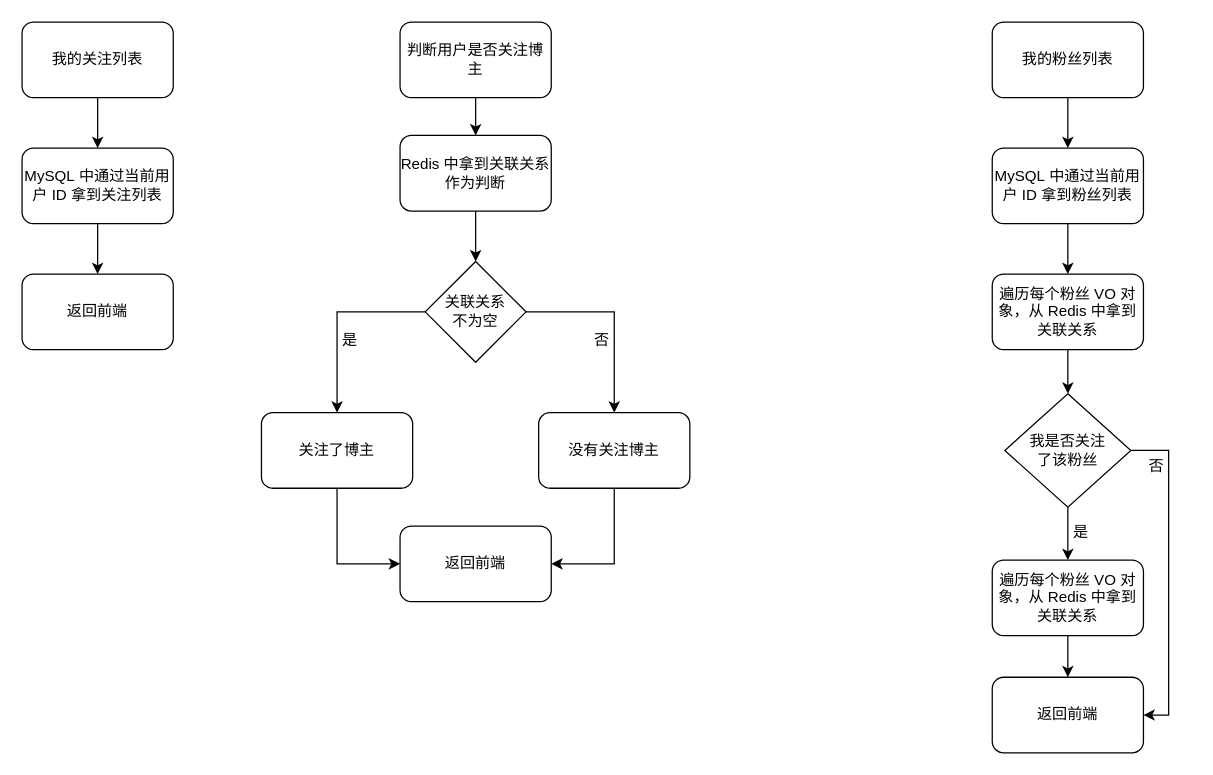
lee11xx/picgo-img keeps this draw.io diagram as 粉丝模块.drawio. Above is the earlier version. Source tidied: cells renumbered, new cells numbered last; positions are measured from the earlier drawing's top-left corner, leaving out a move shared by most shapes. Both pictures are drawn from the tidied source at 126%, with x=0, y=0 at pixel (21, 21).
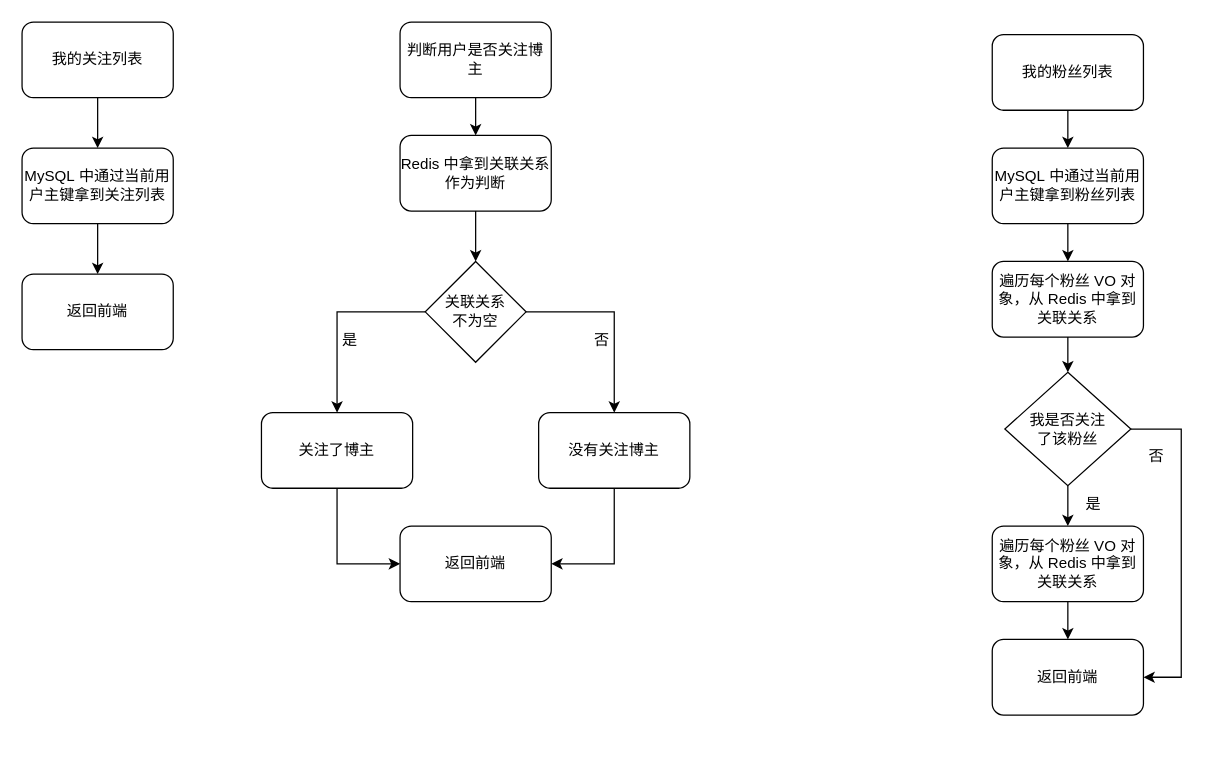
The same diagram, later.

Commit message:
更新粉丝模块.drawio

Diff of the diagram source:
```diff
@@
-    <mxCell id="5" value="MySQL&amp;nbsp;中通过当前用户 ID&amp;nbsp;拿到关注列表" style="rounded=1;whiteSpace=wrap;html=1;" parent="1" vertex="1">
+    <mxCell id="5" value="MySQL&amp;nbsp;中通过当前用户主键拿到关注列表" style="rounded=1;whiteSpace=wrap;html=1;" parent="1" vertex="1">
       <mxGeometry y="100" width="120" height="60" as="geometry" />
     </mxCell>
@@
     <mxCell id="19" value="我的粉丝列表" style="rounded=1;whiteSpace=wrap;html=1;" parent="1" vertex="1">
-      <mxGeometry x="770" width="120" height="60" as="geometry" />
+      <mxGeometry x="770" y="10" width="120" height="60" as="geometry" />
     </mxCell>
-    <mxCell id="20" style="edgeStyle=orthogonalEdgeStyle;rounded=0;jettySize=auto;html=1;" parent="1" edge="1" source="21">
-      <mxGeometry relative="1" as="geometry">
-        <mxPoint x="830" y="200" as="targetPoint" />
-      </mxGeometry>
-    </mxCell>
+    <mxCell id="35" style="edgeStyle=orthogonalEdgeStyle;rounded=0;jettySize=auto;html=1;entryX=0.5;entryY=0;entryDx=0;entryDy=0;" parent="1" edge="1" source="21" target="23">
+      <mxGeometry relative="1" as="geometry" />
+    </mxCell>
-    <mxCell id="21" value="MySQL&amp;nbsp;中通过当前用户 ID&amp;nbsp;拿到粉丝列表" style="rounded=1;whiteSpace=wrap;html=1;" parent="1" vertex="1">
+    <mxCell id="21" value="MySQL&amp;nbsp;中通过当前用户主键拿到粉丝列表" style="rounded=1;whiteSpace=wrap;html=1;" parent="1" vertex="1">
       <mxGeometry x="770" y="100" width="120" height="60" as="geometry" />
     </mxCell>
-    <mxCell id="22" style="edgeStyle=orthogonalEdgeStyle;rounded=0;jettySize=auto;html=1;" parent="1" edge="1" source="23" target="26">
+    <mxCell id="22" style="edgeStyle=orthogonalEdgeStyle;rounded=0;jettySize=auto;html=1;entryX=0.5;entryY=0;entryDx=0;entryDy=0;" parent="1" edge="1" source="23" target="26">
       <mxGeometry relative="1" as="geometry" />
     </mxCell>
     <mxCell id="23" value="遍历每个粉丝&amp;nbsp;VO&amp;nbsp;对象，从&amp;nbsp;Redis&amp;nbsp;中拿到关联关系" style="rounded=1;whiteSpace=wrap;html=1;" parent="1" vertex="1">
-      <mxGeometry x="770" y="200" width="120" height="60" as="geometry" />
+      <mxGeometry x="770" y="190" width="120" height="60" as="geometry" />
     </mxCell>
@@
     <mxCell id="25" style="edgeStyle=orthogonalEdgeStyle;rounded=0;jettySize=auto;html=1;entryX=1;entryY=0.5;entryDx=0;entryDy=0;" parent="1" edge="1" source="26" target="32">
       <mxGeometry relative="1" as="geometry">
         <Array as="points">
-          <mxPoint x="910" y="340" />
-          <mxPoint x="910" y="550" />
+          <mxPoint x="920" y="323" />
+          <mxPoint x="920" y="520" />
         </Array>
       </mxGeometry>
     </mxCell>
     <mxCell id="26" value="我是否关注&lt;br&gt;了该粉丝" style="rhombus;whiteSpace=wrap;html=1;" parent="1" vertex="1">
-      <mxGeometry x="780" y="295" width="100" height="90" as="geometry" />
+      <mxGeometry x="780" y="278" width="100" height="90" as="geometry" />
     </mxCell>
@@
     <mxCell id="28" value="遍历每个粉丝&amp;nbsp;VO&amp;nbsp;对象，从&amp;nbsp;Redis&amp;nbsp;中拿到关联关系" style="rounded=1;whiteSpace=wrap;html=1;" parent="1" vertex="1">
-      <mxGeometry x="770" y="427" width="120" height="60" as="geometry" />
+      <mxGeometry x="770" y="400" width="120" height="60" as="geometry" />
     </mxCell>
@@
     <mxCell id="31" value="是" style="text;html=1;align=center;verticalAlign=middle;strokeColor=none;fillColor=none;" parent="1" vertex="1">
-      <mxGeometry x="820" y="390" width="40" height="30" as="geometry" />
+      <mxGeometry x="830" y="368" width="40" height="30" as="geometry" />
     </mxCell>
     <mxCell id="32" value="返回前端" style="rounded=1;whiteSpace=wrap;html=1;" parent="1" vertex="1">
-      <mxGeometry x="770" y="520" width="120" height="60" as="geometry" />
+      <mxGeometry x="770" y="490" width="120" height="60" as="geometry" />
     </mxCell>
     <mxCell id="33" value="否" style="text;html=1;align=center;verticalAlign=middle;strokeColor=none;fillColor=none;" parent="1" vertex="1">
-      <mxGeometry x="880" y="338" width="40" height="30" as="geometry" />
+      <mxGeometry x="880" y="330" width="40" height="30" as="geometry" />
     </mxCell>
```
